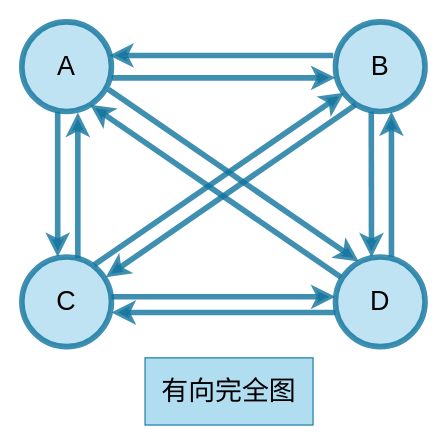
Above: 完全有向图.drawio in SamPong/software (draw.io), before the change. Source tidied: cells renumbered, new cells numbered last; positions are measured from the earlier drawing's top-left corner, leaving out a move shared by most shapes. Both pictures are drawn from the tidied source at 112%, with x=0, y=0 at pixel (21, 21).
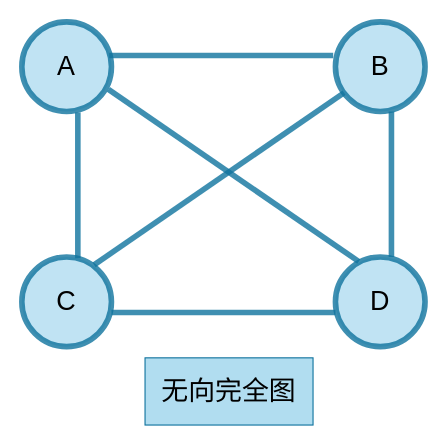
The same diagram, later.

Commit message:
更新无向完全图.drawio

The edit, as a diff of the source:
```diff
@@
-    <mxCell id="6" style="endArrow=none;html=1;rounded=0;exitX=1;exitY=0.5;exitDx=0;exitDy=0;entryX=0;entryY=0.5;entryDx=0;entryDy=0;strokeWidth=5;strokeColor=#10739e;shadow=0;opacity=80;snapToPoint=1;fixDash=0;backgroundOutline=0;endFill=0;startArrow=classic;startFill=1;fillColor=#b1ddf0;" parent="1" edge="1">
+    <mxCell id="6" style="endArrow=none;html=1;rounded=0;exitX=1;exitY=0.5;exitDx=0;exitDy=0;entryX=0;entryY=0.5;entryDx=0;entryDy=0;strokeWidth=5;strokeColor=#10739e;shadow=0;opacity=80;snapToPoint=1;fixDash=0;backgroundOutline=0;endFill=0;startArrow=none;startFill=0;fillColor=#b1ddf0;" parent="1" edge="1">
       <mxGeometry relative="1" as="geometry">
         <mxPoint x="78" y="30" as="sourcePoint" />
         <mxPoint x="278" y="30" as="targetPoint" />
         <Array as="points">
           <mxPoint x="138" y="30" />
         </Array>
       </mxGeometry>
     </mxCell>
-    <mxCell id="7" style="endArrow=classic;html=1;rounded=0;exitX=0.5;exitY=1;exitDx=0;exitDy=0;strokeWidth=5;strokeColor=#10739e;shadow=0;opacity=80;snapToPoint=1;fixDash=0;backgroundOutline=0;endFill=1;fillColor=#b1ddf0;" parent="1" edge="1">
-      <mxGeometry relative="1" as="geometry">
-        <mxPoint x="312" y="80" as="sourcePoint" />
-        <mxPoint x="312.2" y="210.3" as="targetPoint" />
-      </mxGeometry>
-    </mxCell>
-    <mxCell id="8" style="endArrow=classic;html=1;rounded=0;exitX=0.5;exitY=1;exitDx=0;exitDy=0;entryX=0.5;entryY=0;entryDx=0;entryDy=0;strokeWidth=5;strokeColor=#10739e;shadow=0;opacity=80;snapToPoint=1;fixDash=0;backgroundOutline=0;endFill=1;fillColor=#b1ddf0;" parent="1" edge="1">
-      <mxGeometry relative="1" as="geometry">
-        <mxPoint x="32" y="80" as="sourcePoint" />
-        <mxPoint x="32" y="210" as="targetPoint" />
-      </mxGeometry>
-    </mxCell>
-    <mxCell id="9" style="endArrow=classic;html=1;rounded=0;entryX=0;entryY=1;entryDx=0;entryDy=0;strokeWidth=5;strokeColor=#10739e;shadow=0;opacity=80;snapToPoint=1;fixDash=0;backgroundOutline=0;endFill=1;fillColor=#b1ddf0;" parent="1" edge="1">
+    <mxCell id="9" style="endArrow=none;html=1;rounded=0;entryX=0;entryY=1;entryDx=0;entryDy=0;strokeWidth=5;strokeColor=#10739e;shadow=0;opacity=80;snapToPoint=1;fixDash=0;backgroundOutline=0;endFill=0;fillColor=#b1ddf0;startArrow=none;startFill=0;" parent="1" edge="1">
       <mxGeometry relative="1" as="geometry">
         <mxPoint x="64.5" y="217" as="sourcePoint" />
         <mxPoint x="287.7" y="63.3" as="targetPoint" />
       </mxGeometry>
     </mxCell>
-    <mxCell id="10" style="endArrow=classic;html=1;rounded=0;exitX=1;exitY=1;exitDx=0;exitDy=0;strokeWidth=5;strokeColor=#10739e;shadow=0;opacity=80;snapToPoint=1;fixDash=0;backgroundOutline=0;endFill=1;fillColor=#b1ddf0;" parent="1" edge="1">
+    <mxCell id="10" style="endArrow=none;html=1;rounded=0;exitX=1;exitY=1;exitDx=0;exitDy=0;strokeWidth=5;strokeColor=#10739e;shadow=0;opacity=80;snapToPoint=1;fixDash=0;backgroundOutline=0;endFill=0;fillColor=#b1ddf0;startArrow=none;startFill=0;" parent="1" edge="1">
       <mxGeometry relative="1" as="geometry">
         <mxPoint x="77.3" y="60.3" as="sourcePoint" />
         <mxPoint x="300.8" y="214" as="targetPoint" />
       </mxGeometry>
     </mxCell>
-    <mxCell id="11" style="endArrow=classic;html=1;rounded=0;exitX=1;exitY=0.5;exitDx=0;exitDy=0;entryX=0;entryY=0.5;entryDx=0;entryDy=0;strokeWidth=5;strokeColor=#10739e;shadow=0;opacity=80;snapToPoint=1;fixDash=0;backgroundOutline=0;endFill=1;fillColor=#b1ddf0;" parent="1" edge="1">
-      <mxGeometry relative="1" as="geometry">
-        <mxPoint x="80" y="245.5" as="sourcePoint" />
-        <mxPoint x="280" y="245.5" as="targetPoint" />
-      </mxGeometry>
-    </mxCell>
-    <mxCell id="12" style="endArrow=classic;html=1;rounded=0;exitX=1;exitY=0.5;exitDx=0;exitDy=0;entryX=0;entryY=0.5;entryDx=0;entryDy=0;strokeWidth=5;strokeColor=#10739e;shadow=0;opacity=80;snapToPoint=1;fixDash=0;backgroundOutline=0;endFill=1;edgeStyle=orthogonalEdgeStyle;curved=1;fillColor=#b1ddf0;" parent="1" edge="1">
-      <mxGeometry relative="1" as="geometry">
-        <mxPoint x="80" y="50" as="sourcePoint" />
-        <mxPoint x="280" y="50" as="targetPoint" />
-        <Array as="points">
-          <mxPoint x="180" y="50.4" />
-          <mxPoint x="180" y="50.4" />
-        </Array>
-      </mxGeometry>
-    </mxCell>
-    <mxCell id="13" style="endArrow=none;html=1;rounded=0;exitX=0.5;exitY=1;exitDx=0;exitDy=0;entryX=0.5;entryY=0;entryDx=0;entryDy=0;strokeWidth=5;strokeColor=#10739e;shadow=0;opacity=80;snapToPoint=1;fixDash=0;backgroundOutline=0;endFill=0;startArrow=classic;startFill=1;fillColor=#b1ddf0;" parent="1" edge="1">
+    <mxCell id="13" style="endArrow=none;html=1;rounded=0;exitX=0.5;exitY=1;exitDx=0;exitDy=0;entryX=0.5;entryY=0;entryDx=0;entryDy=0;strokeWidth=5;strokeColor=#10739e;shadow=0;opacity=80;snapToPoint=1;fixDash=0;backgroundOutline=0;endFill=0;startArrow=none;startFill=0;fillColor=#b1ddf0;" parent="1" edge="1">
       <mxGeometry relative="1" as="geometry">
         <mxPoint x="50" y="81" as="sourcePoint" />
         <mxPoint x="50" y="211" as="targetPoint" />
       </mxGeometry>
     </mxCell>
-    <mxCell id="14" style="endArrow=none;html=1;rounded=0;exitX=0.5;exitY=1;exitDx=0;exitDy=0;strokeWidth=5;strokeColor=#10739e;shadow=0;opacity=80;snapToPoint=1;fixDash=0;backgroundOutline=0;endFill=0;startArrow=classic;startFill=1;fillColor=#b1ddf0;" parent="1" edge="1">
+    <mxCell id="14" style="endArrow=none;html=1;rounded=0;exitX=0.5;exitY=1;exitDx=0;exitDy=0;strokeWidth=5;strokeColor=#10739e;shadow=0;opacity=80;snapToPoint=1;fixDash=0;backgroundOutline=0;endFill=0;startArrow=none;startFill=0;fillColor=#b1ddf0;" parent="1" edge="1">
       <mxGeometry relative="1" as="geometry">
         <mxPoint x="330" y="80" as="sourcePoint" />
         <mxPoint x="330" y="210" as="targetPoint" />
       </mxGeometry>
     </mxCell>
-    <mxCell id="15" style="endArrow=none;html=1;rounded=0;exitX=1;exitY=1;exitDx=0;exitDy=0;strokeWidth=5;strokeColor=#10739e;shadow=0;opacity=80;snapToPoint=1;fixDash=0;backgroundOutline=0;endFill=0;startArrow=classic;startFill=1;fillColor=#b1ddf0;" parent="1" edge="1">
-      <mxGeometry relative="1" as="geometry">
-        <mxPoint x="61" y="74" as="sourcePoint" />
-        <mxPoint x="285" y="228" as="targetPoint" />
-      </mxGeometry>
-    </mxCell>
-    <mxCell id="16" style="endArrow=none;html=1;rounded=0;entryX=0;entryY=1;entryDx=0;entryDy=0;strokeWidth=5;strokeColor=#10739e;shadow=0;opacity=80;snapToPoint=1;fixDash=0;backgroundOutline=0;endFill=0;startArrow=classic;startFill=1;fillColor=#b1ddf0;" parent="1" edge="1">
-      <mxGeometry relative="1" as="geometry">
-        <mxPoint x="75" y="228" as="sourcePoint" />
-        <mxPoint x="298" y="74" as="targetPoint" />
-      </mxGeometry>
-    </mxCell>
-    <mxCell id="17" style="endArrow=none;html=1;rounded=0;exitX=1;exitY=0.5;exitDx=0;exitDy=0;entryX=0;entryY=0.5;entryDx=0;entryDy=0;strokeWidth=5;strokeColor=#10739e;shadow=0;opacity=80;snapToPoint=1;fixDash=0;backgroundOutline=0;endFill=0;startArrow=classic;startFill=1;fillColor=#b1ddf0;" parent="1" edge="1">
+    <mxCell id="17" style="endArrow=none;html=1;rounded=0;exitX=1;exitY=0.5;exitDx=0;exitDy=0;entryX=0;entryY=0.5;entryDx=0;entryDy=0;strokeWidth=5;strokeColor=#10739e;shadow=0;opacity=80;snapToPoint=1;fixDash=0;backgroundOutline=0;endFill=0;startArrow=none;startFill=0;fillColor=#b1ddf0;" parent="1" edge="1">
       <mxGeometry relative="1" as="geometry">
         <mxPoint x="80" y="259.5" as="sourcePoint" />
         <mxPoint x="280" y="259.5" as="targetPoint" />
       </mxGeometry>
     </mxCell>
-    <mxCell id="18" value="&lt;font style=&quot;font-size: 24px;&quot;&gt;有向完全图&lt;/font&gt;" style="rounded=0;whiteSpace=wrap;html=1;fillColor=#b1ddf0;strokeColor=#10739e;" parent="1" vertex="1">
+    <mxCell id="18" value="&lt;font style=&quot;font-size: 24px;&quot;&gt;无向完全图&lt;/font&gt;" style="rounded=0;whiteSpace=wrap;html=1;fillColor=#b1ddf0;strokeColor=#10739e;" parent="1" vertex="1">
       <mxGeometry x="110" y="300" width="150" height="60" as="geometry" />
     </mxCell>
```
